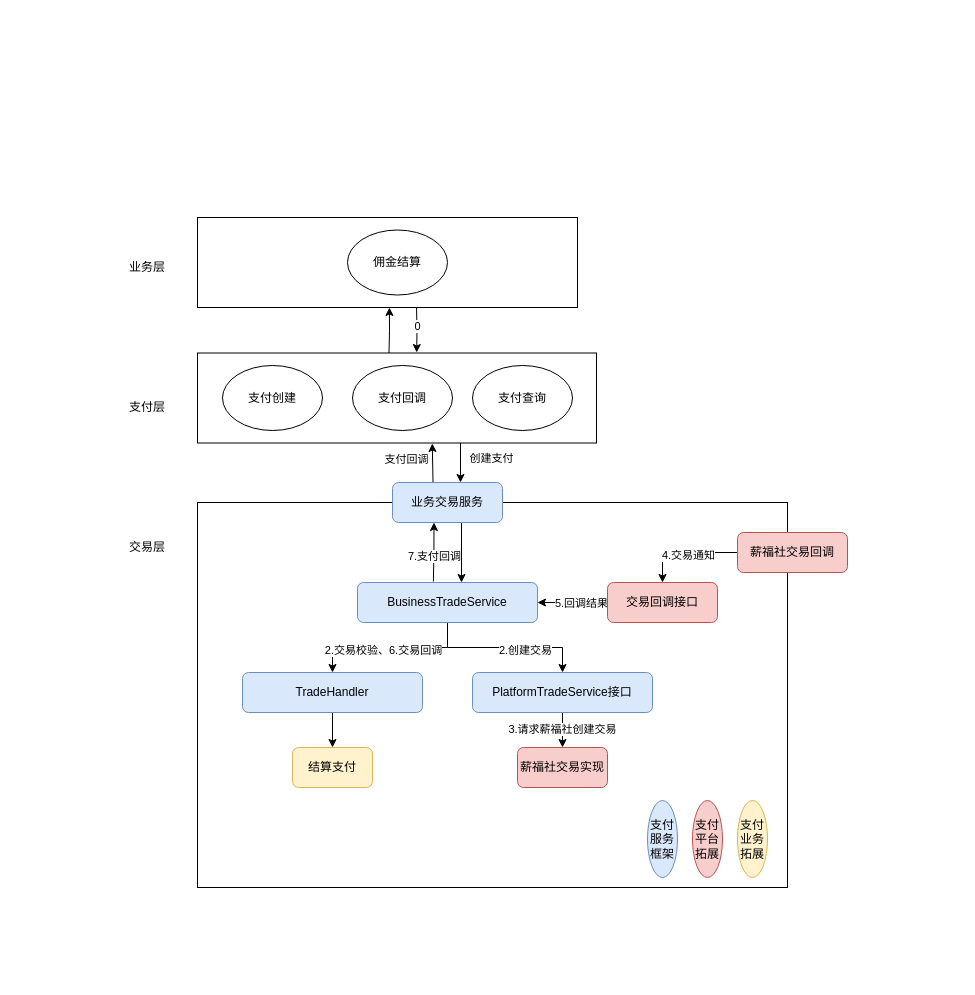
The draw.io diagram page "第 5 页" (5 of 5) of 未命名绘图.drawio in 789489498/kafka-trunk, before the edit. Source tidied: cells renumbered, new cells numbered last; positions are measured from the earlier drawing's top-left corner, leaving out a move shared by most shapes. Both pictures are drawn from the tidied source at 100%, with x=0, y=0 at pixel (117, 217).
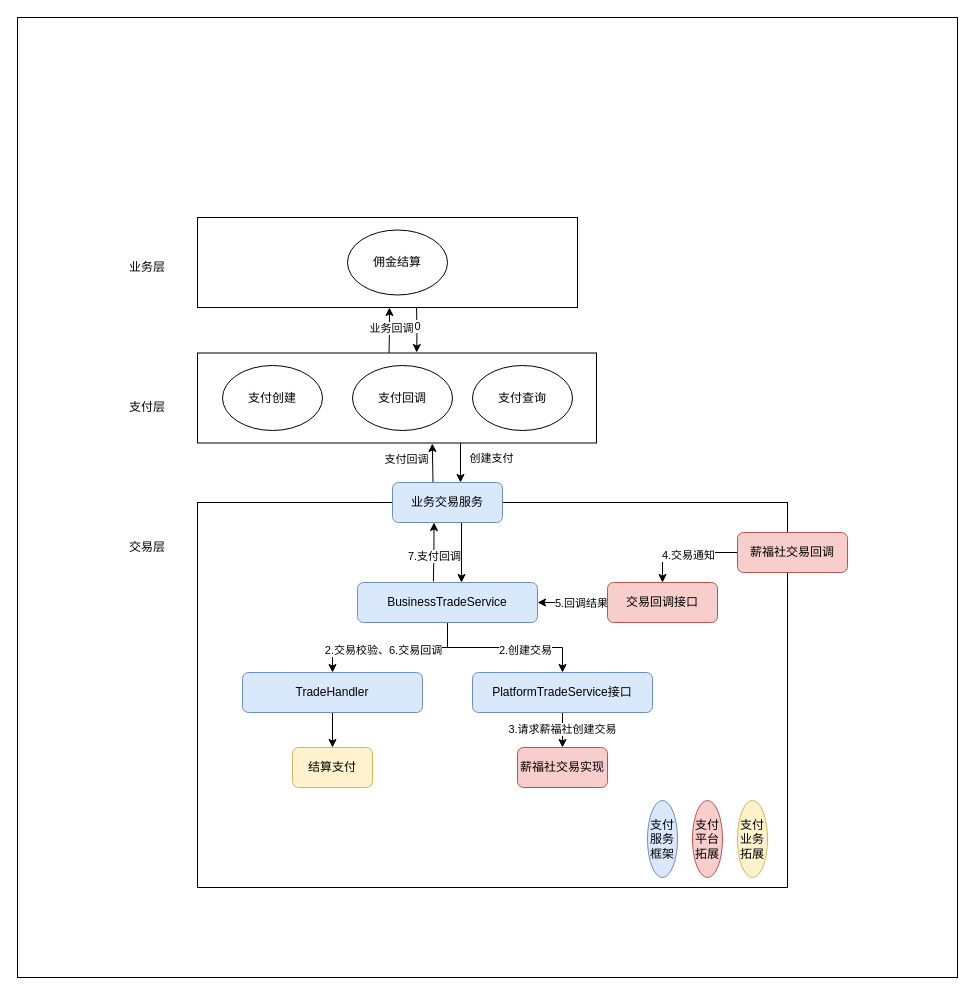
The same diagram, later.

Unchanged cells that the change refers to:
```xml
<mxCell id="7" style="edgeStyle=orthogonalEdgeStyle;rounded=0;orthogonalLoop=1;jettySize=auto;html=1;exitX=0.5;exitY=0;exitDx=0;exitDy=0;entryX=0.526;entryY=1;entryDx=0;entryDy=0;entryPerimeter=0;" parent="1" edge="1">
  <mxGeometry relative="1" as="geometry">
    <mxPoint x="271.5" y="135.5" as="sourcePoint" />
    <mxPoint x="271.9" y="90" as="targetPoint" />
  </mxGeometry>
</mxCell>
```

What changed in the source:
```diff
@@
+    <mxCell id="43" style="rounded=0;whiteSpace=wrap;html=1;" parent="1" vertex="1">
+      <mxGeometry x="-100" y="-200" width="940" height="960" as="geometry" />
+    </mxCell>
@@
+    <mxCell id="44" value="业务回调" style="edgeLabel;html=1;align=center;verticalAlign=middle;" parent="7" vertex="1">
+      <mxGeometry x="0.1" y="-1" relative="1" as="geometry" />
+    </mxCell>
```
